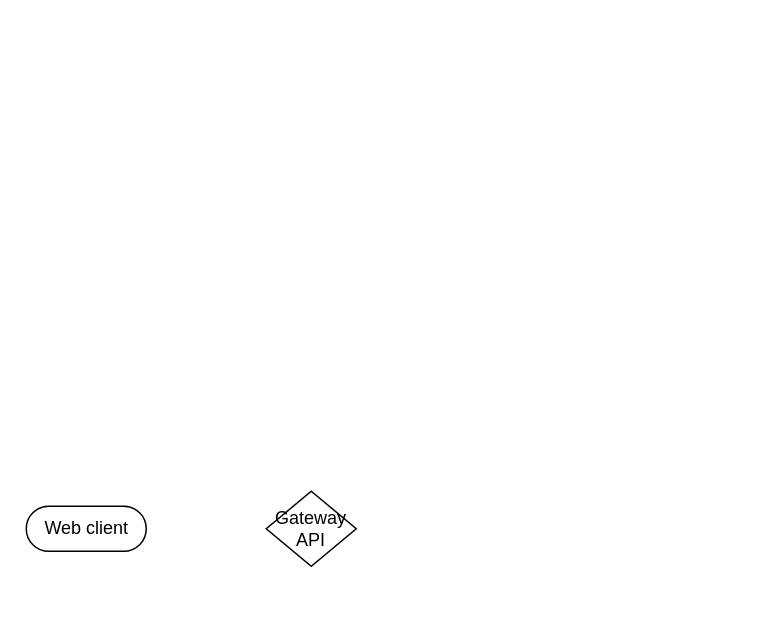
Before: MVP_design.drawio in cheese-drawer/meta, a draw.io diagram. Source tidied: cells renumbered, new cells numbered last; positions are measured from the earlier drawing's top-left corner, leaving out a move shared by most shapes. Both pictures are drawn from the tidied source at 150%, with x=0, y=0 at pixel (26, 490).
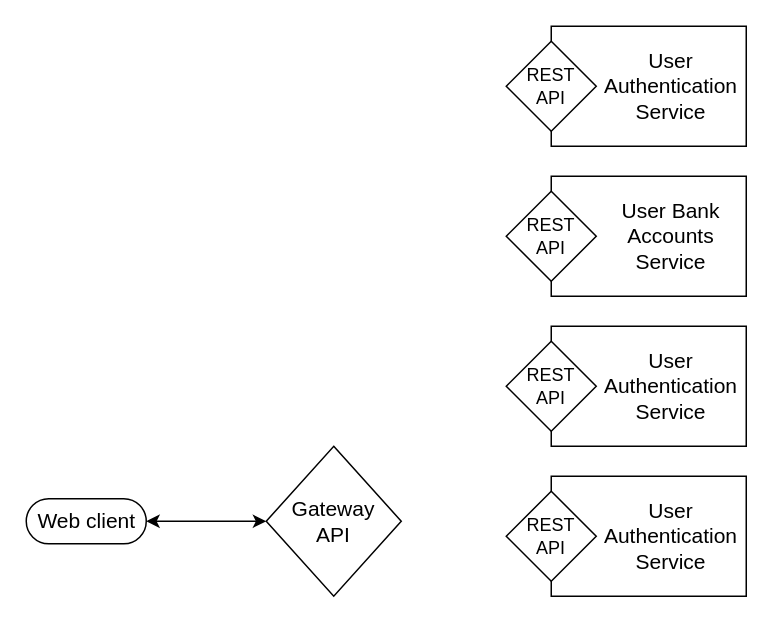
After the change.

Change to the diagram source:
```diff
@@
+    <mxCell id="4" style="edgeStyle=orthogonalEdgeStyle;rounded=0;jettySize=auto;html=1;startArrow=classic;startFill=1;" parent="1" edge="1" source="2" target="3">
+      <mxGeometry relative="1" as="geometry" />
+    </mxCell>
-    <mxCell id="2" value="&lt;div&gt;Web client&lt;/div&gt;" style="html=1;dashed=0;whitespace=wrap;shape=mxgraph.dfd.start;" parent="1" vertex="1">
-      <mxGeometry y="10" width="80" height="30" as="geometry" />
+    <mxCell id="2" value="&lt;div style=&quot;font-size: 14px;&quot;&gt;Web client&lt;/div&gt;" style="html=1;dashed=0;whitespace=wrap;shape=mxgraph.dfd.start;fontSize=14;" parent="1" vertex="1">
+      <mxGeometry y="5" width="80" height="30" as="geometry" />
     </mxCell>
-    <mxCell id="3" value="Gateway API" style="shape=rhombus;html=1;dashed=0;whitespace=wrap;perimeter=rhombusPerimeter;whiteSpace=wrap;" parent="1" vertex="1">
-      <mxGeometry x="160" width="60" height="50" as="geometry" />
+    <mxCell id="3" value="&lt;div style=&quot;font-size: 14px;&quot;&gt;Gateway&lt;/div&gt;&lt;div style=&quot;font-size: 14px;&quot;&gt;API&lt;/div&gt;" style="shape=rhombus;html=1;dashed=0;whitespace=wrap;perimeter=rhombusPerimeter;whiteSpace=wrap;fontSize=14;" parent="1" vertex="1">
+      <mxGeometry x="160" y="-30" width="90" height="100" as="geometry" />
     </mxCell>
+    <mxCell id="5" style="group;" parent="1" vertex="1">
+      <mxGeometry x="320" y="-310" width="160" height="80" as="geometry" />
+    </mxCell>
+    <mxCell id="6" style="html=1;dashed=0;whitespace=wrap;whiteSpace=wrap;" parent="5" vertex="1">
+      <mxGeometry x="30" width="130" height="80" as="geometry" />
+    </mxCell>
+    <mxCell id="7" value="&lt;div&gt;REST&lt;/div&gt;&lt;div&gt;API&lt;/div&gt;" style="shape=rhombus;html=1;dashed=0;whitespace=wrap;perimeter=rhombusPerimeter;whiteSpace=wrap;fontSize=12;" parent="5" vertex="1">
+      <mxGeometry y="10" width="60" height="60" as="geometry" />
+    </mxCell>
+    <mxCell id="8" value="User Authentication Service" style="text;html=1;strokeColor=none;fillColor=none;align=center;verticalAlign=middle;whiteSpace=wrap;rounded=0;dashed=1;fontSize=14;" parent="5" vertex="1">
+      <mxGeometry x="60" width="100" height="80" as="geometry" />
+    </mxCell>
+    <mxCell id="9" style="group;" parent="1" vertex="1">
+      <mxGeometry x="320" y="-210" width="160" height="80" as="geometry" />
+    </mxCell>
+    <mxCell id="10" style="html=1;dashed=0;whitespace=wrap;whiteSpace=wrap;" parent="9" vertex="1">
+      <mxGeometry x="30" width="130" height="80" as="geometry" />
+    </mxCell>
+    <mxCell id="11" value="&lt;div&gt;REST&lt;/div&gt;&lt;div&gt;API&lt;/div&gt;" style="shape=rhombus;html=1;dashed=0;whitespace=wrap;perimeter=rhombusPerimeter;whiteSpace=wrap;fontSize=12;" parent="9" vertex="1">
+      <mxGeometry y="10" width="60" height="60" as="geometry" />
+    </mxCell>
+    <mxCell id="12" value="User Bank Accounts Service" style="text;html=1;strokeColor=none;fillColor=none;align=center;verticalAlign=middle;whiteSpace=wrap;rounded=0;dashed=1;fontSize=14;" parent="9" vertex="1">
+      <mxGeometry x="60" width="100" height="80" as="geometry" />
+    </mxCell>
+    <mxCell id="13" style="group;" parent="1" vertex="1">
+      <mxGeometry x="320" y="-110" width="160" height="80" as="geometry" />
+    </mxCell>
+    <mxCell id="14" style="html=1;dashed=0;whitespace=wrap;whiteSpace=wrap;" parent="13" vertex="1">
+      <mxGeometry x="30" width="130" height="80" as="geometry" />
+    </mxCell>
+    <mxCell id="15" value="&lt;div&gt;REST&lt;/div&gt;&lt;div&gt;API&lt;/div&gt;" style="shape=rhombus;html=1;dashed=0;whitespace=wrap;perimeter=rhombusPerimeter;whiteSpace=wrap;fontSize=12;" parent="13" vertex="1">
+      <mxGeometry y="10" width="60" height="60" as="geometry" />
+    </mxCell>
+    <mxCell id="16" value="User Authentication Service" style="text;html=1;strokeColor=none;fillColor=none;align=center;verticalAlign=middle;whiteSpace=wrap;rounded=0;dashed=1;fontSize=14;" parent="13" vertex="1">
+      <mxGeometry x="60" width="100" height="80" as="geometry" />
+    </mxCell>
+    <mxCell id="17" style="group;" parent="1" vertex="1">
+      <mxGeometry x="320" y="-10" width="160" height="80" as="geometry" />
+    </mxCell>
+    <mxCell id="18" style="html=1;dashed=0;whitespace=wrap;whiteSpace=wrap;" parent="17" vertex="1">
+      <mxGeometry x="30" width="130" height="80" as="geometry" />
+    </mxCell>
+    <mxCell id="19" value="&lt;div&gt;REST&lt;/div&gt;&lt;div&gt;API&lt;/div&gt;" style="shape=rhombus;html=1;dashed=0;whitespace=wrap;perimeter=rhombusPerimeter;whiteSpace=wrap;fontSize=12;" parent="17" vertex="1">
+      <mxGeometry y="10" width="60" height="60" as="geometry" />
+    </mxCell>
+    <mxCell id="20" value="User Authentication Service" style="text;html=1;strokeColor=none;fillColor=none;align=center;verticalAlign=middle;whiteSpace=wrap;rounded=0;dashed=1;fontSize=14;" parent="17" vertex="1">
+      <mxGeometry x="60" width="100" height="80" as="geometry" />
+    </mxCell>
```
